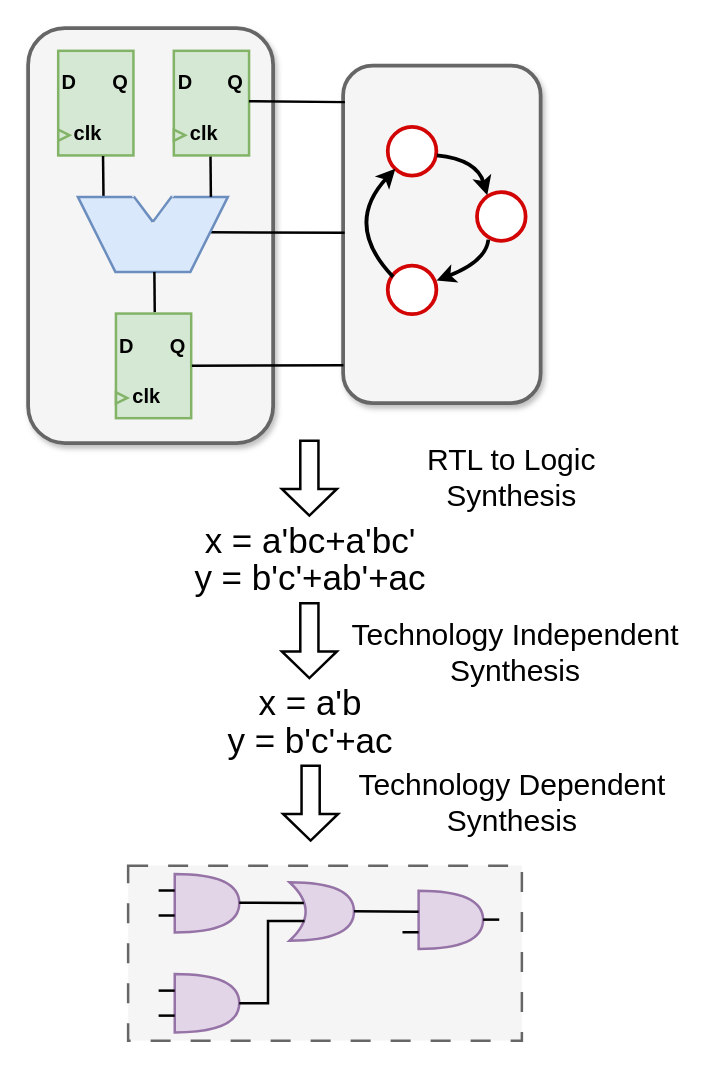
This is bak4logicsynthesis.drawio from kxzhu0505/LogicSynOpt, a draw.io file, before an edit. Source tidied: cells renumbered, new cells numbered last; positions are measured from the earlier drawing's top-left corner, leaving out a move shared by most shapes. Both pictures are drawn from the tidied source at 125%, with x=0, y=0 at pixel (28, 28).
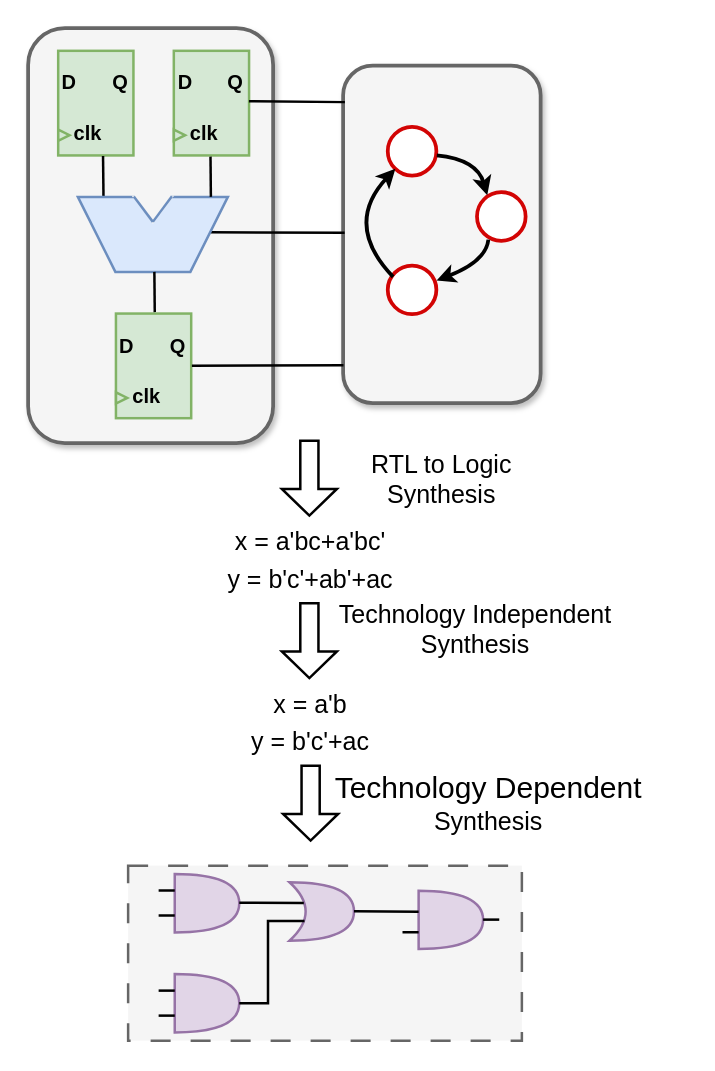
The same diagram, later.

The edit, as a diff of the source:
```diff
@@
-    <mxCell id="34" value="&lt;font style=&quot;font-size: 28px;&quot;&gt;x = a'bc+a'bc'&lt;/font&gt;" style="text;html=1;align=center;verticalAlign=middle;whiteSpace=wrap;rounded=0;fontFamily=Helvetica;" parent="1" vertex="1">
+    <mxCell id="34" value="&lt;font style=&quot;font-size: 20px;&quot;&gt;x = a'bc+a'bc'&lt;/font&gt;" style="text;html=1;align=center;verticalAlign=middle;whiteSpace=wrap;rounded=0;fontFamily=Helvetica;fontSize=20;" parent="1" vertex="1">
       <mxGeometry x="6" y="380" width="440" height="60" as="geometry" />
     </mxCell>
-    <mxCell id="35" value="&lt;font style=&quot;font-size: 28px;&quot;&gt;y = b'c'+ab'+ac&lt;/font&gt;" style="text;html=1;align=center;verticalAlign=middle;whiteSpace=wrap;rounded=0;fontFamily=Helvetica;" parent="1" vertex="1">
+    <mxCell id="35" value="&lt;font style=&quot;font-size: 20px;&quot;&gt;y = b'c'+ab'+ac&lt;/font&gt;" style="text;html=1;align=center;verticalAlign=middle;whiteSpace=wrap;rounded=0;fontFamily=Helvetica;fontSize=20;" parent="1" vertex="1">
       <mxGeometry x="6" y="410" width="440" height="60" as="geometry" />
     </mxCell>
-    <mxCell id="36" value="&lt;font style=&quot;font-size: 28px;&quot;&gt;x = a'b&lt;/font&gt;" style="text;html=1;align=center;verticalAlign=middle;whiteSpace=wrap;rounded=0;fontFamily=Helvetica;" parent="1" vertex="1">
+    <mxCell id="36" value="&lt;font style=&quot;font-size: 20px;&quot;&gt;x = a'b&lt;/font&gt;" style="text;html=1;align=center;verticalAlign=middle;whiteSpace=wrap;rounded=0;fontFamily=Helvetica;fontSize=20;" parent="1" vertex="1">
       <mxGeometry x="6" y="510" width="440" height="60" as="geometry" />
     </mxCell>
-    <mxCell id="37" value="&lt;font style=&quot;font-size: 28px;&quot;&gt;y = b'c'+ac&lt;/font&gt;" style="text;html=1;align=center;verticalAlign=middle;whiteSpace=wrap;rounded=0;fontFamily=Helvetica;" parent="1" vertex="1">
+    <mxCell id="37" value="&lt;font style=&quot;font-size: 20px;&quot;&gt;y = b'c'+ac&lt;/font&gt;" style="text;html=1;align=center;verticalAlign=middle;whiteSpace=wrap;rounded=0;fontFamily=Helvetica;fontSize=20;" parent="1" vertex="1">
       <mxGeometry x="6" y="540" width="440" height="60" as="geometry" />
     </mxCell>
-    <mxCell id="38" value="&lt;font style=&quot;font-size: 24px;&quot;&gt;RTL to Logic&lt;/font&gt;&lt;div style=&quot;font-size: 24px;&quot;&gt;&lt;font style=&quot;font-size: 24px;&quot;&gt;Synthesis&lt;/font&gt;&lt;/div&gt;" style="text;html=1;align=center;verticalAlign=middle;whiteSpace=wrap;rounded=0;fontFamily=Helvetica;strokeWidth=3;fontSize=11;" parent="1" vertex="1">
-      <mxGeometry x="262" y="330" width="250" height="60" as="geometry" />
+    <mxCell id="38" value="&lt;font style=&quot;font-size: 20px;&quot;&gt;RTL to Logic&lt;/font&gt;&lt;div style=&quot;font-size: 20px;&quot;&gt;&lt;font style=&quot;font-size: 20px;&quot;&gt;Synthesis&lt;/font&gt;&lt;/div&gt;" style="text;html=1;align=center;verticalAlign=middle;whiteSpace=wrap;rounded=0;fontFamily=Helvetica;strokeWidth=3;fontSize=11;" parent="1" vertex="1">
+      <mxGeometry x="206" y="330" width="250" height="60" as="geometry" />
     </mxCell>
-    <mxCell id="39" value="&lt;font style=&quot;font-size: 24px;&quot;&gt;Technology&amp;nbsp;&lt;/font&gt;&lt;span style=&quot;font-size: 24px; background-color: initial;&quot;&gt;Independent&lt;/span&gt;&lt;div style=&quot;font-size: 24px;&quot;&gt;&lt;font style=&quot;font-size: 24px;&quot;&gt;Synthesis&lt;/font&gt;&lt;/div&gt;" style="text;html=1;align=center;verticalAlign=middle;whiteSpace=wrap;rounded=0;fontFamily=Helvetica;strokeWidth=3;" parent="1" vertex="1">
-      <mxGeometry x="248" y="470" width="284" height="60" as="geometry" />
+    <mxCell id="39" value="&lt;font style=&quot;font-size: 20px;&quot;&gt;&lt;font style=&quot;font-size: 20px;&quot;&gt;Technology&amp;nbsp;&lt;/font&gt;&lt;span style=&quot;background-color: initial; font-size: 20px;&quot;&gt;Independent&lt;/span&gt;&lt;/font&gt;&lt;div style=&quot;font-size: 20px;&quot;&gt;&lt;font style=&quot;font-size: 20px;&quot;&gt;Synthesis&lt;/font&gt;&lt;/div&gt;" style="text;html=1;align=center;verticalAlign=middle;whiteSpace=wrap;rounded=0;fontFamily=Helvetica;strokeWidth=3;fontSize=20;" parent="1" vertex="1">
+      <mxGeometry x="216" y="450" width="284" height="60" as="geometry" />
     </mxCell>
-    <mxCell id="40" value="&lt;font style=&quot;font-size: 24px;&quot;&gt;Technology&amp;nbsp;&lt;/font&gt;&lt;span style=&quot;font-size: 24px; background-color: initial;&quot;&gt;Dependent&lt;/span&gt;&lt;div style=&quot;font-size: 24px;&quot;&gt;&lt;font style=&quot;font-size: 24px;&quot;&gt;Synthesis&lt;/font&gt;&lt;/div&gt;" style="text;html=1;align=center;verticalAlign=middle;whiteSpace=wrap;rounded=0;fontFamily=Helvetica;strokeWidth=3;" parent="1" vertex="1">
-      <mxGeometry x="270.5" y="590" width="233" height="60" as="geometry" />
+    <mxCell id="40" value="&lt;font style=&quot;font-size: 24px;&quot;&gt;Technology&amp;nbsp;&lt;/font&gt;&lt;span style=&quot;font-size: 24px; background-color: initial;&quot;&gt;Dependent&lt;/span&gt;&lt;div style=&quot;&quot;&gt;&lt;font style=&quot;font-size: 20px;&quot;&gt;Synthesis&lt;/font&gt;&lt;/div&gt;" style="text;html=1;align=center;verticalAlign=middle;whiteSpace=wrap;rounded=0;fontFamily=Helvetica;strokeWidth=3;" parent="1" vertex="1">
+      <mxGeometry x="252" y="590" width="233" height="60" as="geometry" />
     </mxCell>
@@
-    <mxCell id="63" style="html=1;shadow=0;dashed=0;align=center;verticalAlign=middle;shape=mxgraph.arrows2.arrow;dy=0.67;dx=21.32;direction=south;notch=0;strokeWidth=2;fontFamily=Helvetica;" parent="1" vertex="1">
+    <mxCell id="63" style="html=1;shadow=0;dashed=0;align=center;verticalAlign=middle;shape=mxgraph.arrows2.arrow;dy=0.67;dx=21.32;direction=south;notch=0;strokeWidth=2;fontFamily=Helvetica;fontSize=20;" parent="1" vertex="1">
       <mxGeometry x="203" y="460" width="44" height="60" as="geometry" />
     </mxCell>
```
